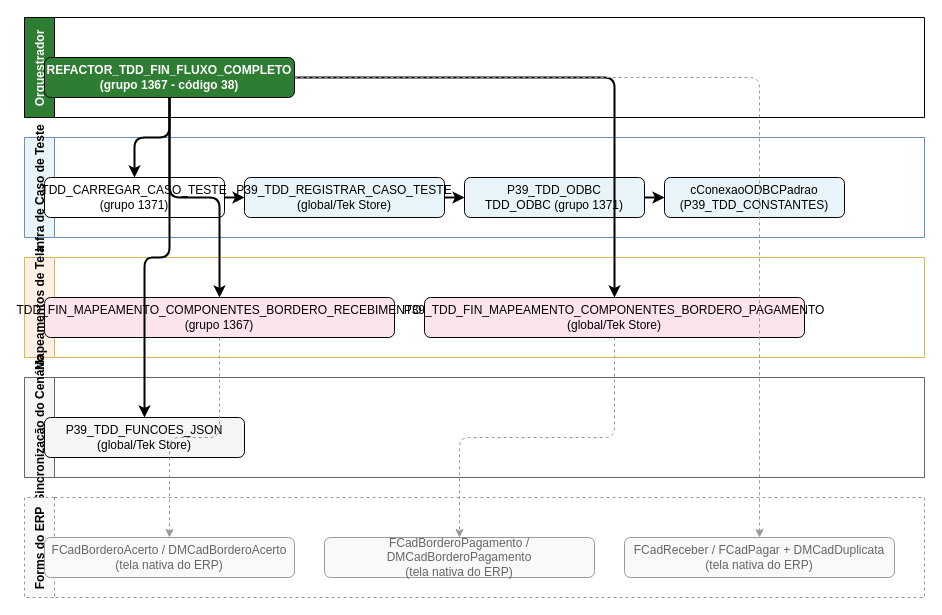
Above: page "Dependências (uses)" (1 of 2) of docs/MAPEAMENTO_AST_USES_UNITS/historico/financeiro/REFACTOR_TDD_FIN_FLUXO_COMPLETO.drawio in ModulosTestesAutomatizados/TestesAutomatizadosERP (draw.io), before the change. Source tidied: cells renumbered, new cells numbered last; positions are measured from the earlier drawing's top-left corner, leaving out a move shared by most shapes. Both pictures are drawn from the tidied source at 100%, with x=0, y=0 at pixel (24, 17).
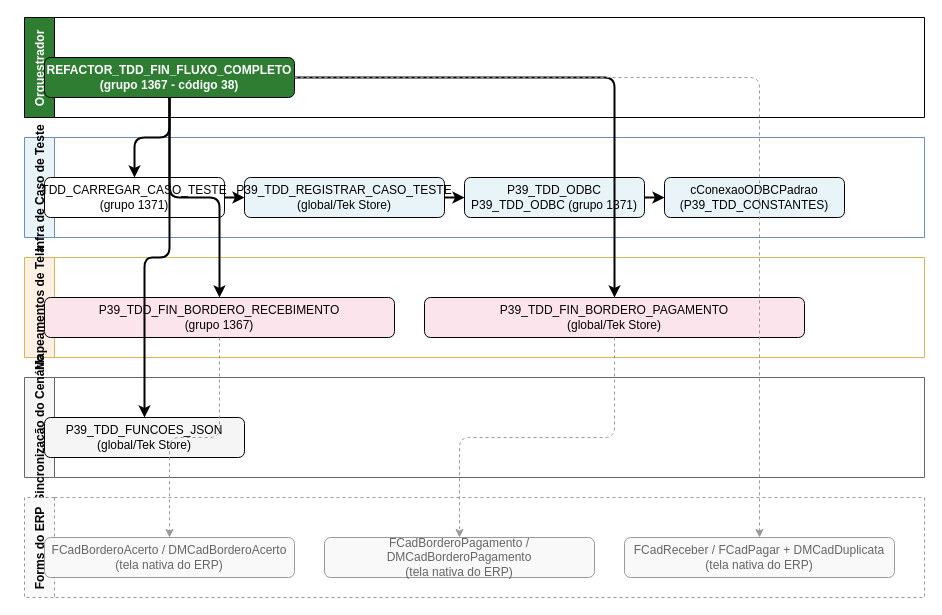
The same diagram, later.

Unchanged cells that the change refers to:
```xml
<mxCell id="4" value="Infra de Caso de Teste" style="swimlane;horizontal=0;startSize=30;fillColor=#e8f4f8;strokeColor=#6c8ebf;" parent="1" vertex="1">
  <mxGeometry y="120" width="900" height="100" as="geometry" />
</mxCell>
<mxCell id="9" value="Mapeamentos de Tela" style="swimlane;horizontal=0;startSize=30;fillColor=#fff0e6;strokeColor=#d6b656;" parent="1" vertex="1">
  <mxGeometry y="240" width="900" height="100" as="geometry" />
</mxCell>
```

The edit, as a diff of the source:
```diff
@@
-    <mxCell id="7" value="P39_TDD_ODBC&#10;TDD_ODBC (grupo 1371)" style="rounded=1;whiteSpace=wrap;fillColor=#e8f4f8;" parent="4" vertex="1">
+    <mxCell id="7" value="P39_TDD_ODBC&#10;P39_TDD_ODBC (grupo 1371)" style="rounded=1;whiteSpace=wrap;fillColor=#e8f4f8;" parent="4" vertex="1">
       <mxGeometry x="440" y="40" width="180" height="40" as="geometry" />
     </mxCell>
@@
-    <mxCell id="10" value="TDD_FIN_MAPEAMENTO_COMPONENTES_BORDERO_RECEBIMENTO&#10;(grupo 1367)" style="rounded=1;whiteSpace=wrap;fillColor=#fce4ec;" parent="9" vertex="1">
+    <mxCell id="10" value="P39_TDD_FIN_BORDERO_RECEBIMENTO&#10;(grupo 1367)" style="rounded=1;whiteSpace=wrap;fillColor=#fce4ec;" parent="9" vertex="1">
       <mxGeometry x="20" y="40" width="350" height="40" as="geometry" />
     </mxCell>
-    <mxCell id="11" value="P39_TDD_FIN_MAPEAMENTO_COMPONENTES_BORDERO_PAGAMENTO&#10;(global/Tek Store)" style="rounded=1;whiteSpace=wrap;fillColor=#fce4ec;" parent="9" vertex="1">
+    <mxCell id="11" value="P39_TDD_FIN_BORDERO_PAGAMENTO&#10;(global/Tek Store)" style="rounded=1;whiteSpace=wrap;fillColor=#fce4ec;" parent="9" vertex="1">
       <mxGeometry x="400" y="40" width="380" height="40" as="geometry" />
     </mxCell>
```
